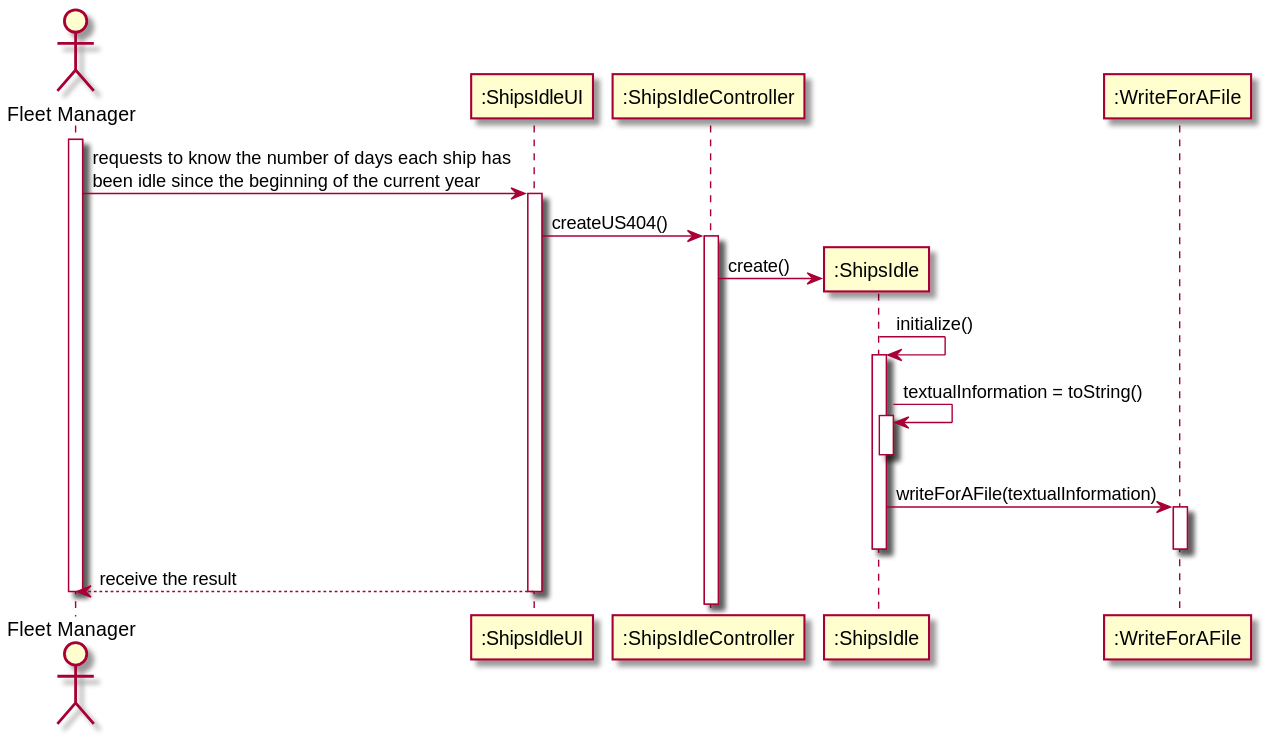
Earlier version of the PlantUML export docs/US404/US404_SD.svg (0franciscor/lapr3-2021-g042). Its diagram source:
```plantuml
@startuml

actor "Fleet Manager" as FM
participant ":ShipsIdleUI" as UI
participant ":ShipsIdleController" as CT
participant ":ShipsIdle" as US
participant ":WriteForAFile" as WF

activate FM
FM -> UI : requests to know the number of days each ship has\nbeen idle since the beginning of the current year
activate UI
UI->CT : createUS404()
activate CT
CT -> US** : create()
US -> US : initialize()
activate US
US->US : textualInformation = toString()
activate US
deactivate US
US -> WF : writeForAFile(textualInformation)
activate WF
deactivate WF
deactivate US

UI --> FM : receive the result
deactivate UI
deactivate FM
@enduml
```
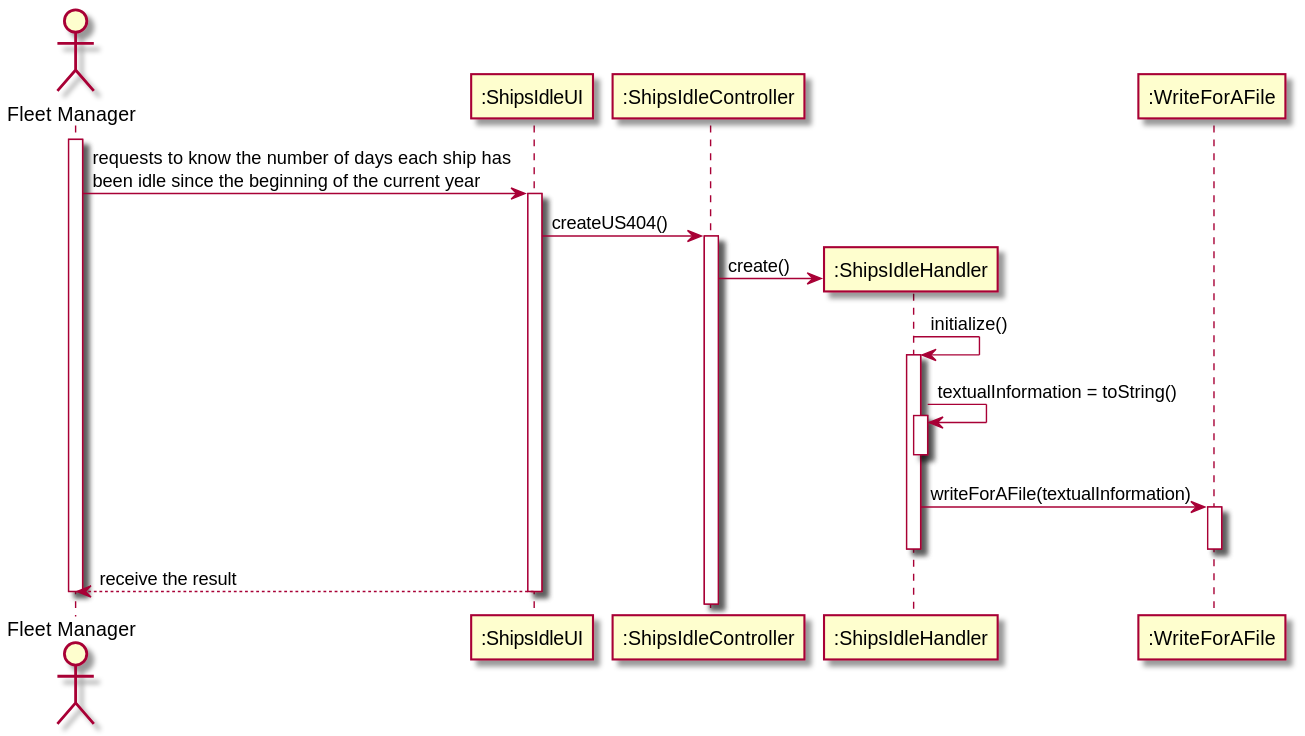
The same file after the commit.

The edit, as a diff of the source:
```diff
@@ -3,7 +3,7 @@
 actor "Fleet Manager" as FM
 participant ":ShipsIdleUI" as UI
 participant ":ShipsIdleController" as CT
-participant ":ShipsIdle" as US
+participant ":ShipsIdleHandler" as US
 participant ":WriteForAFile" as WF
 
 activate FM
```
